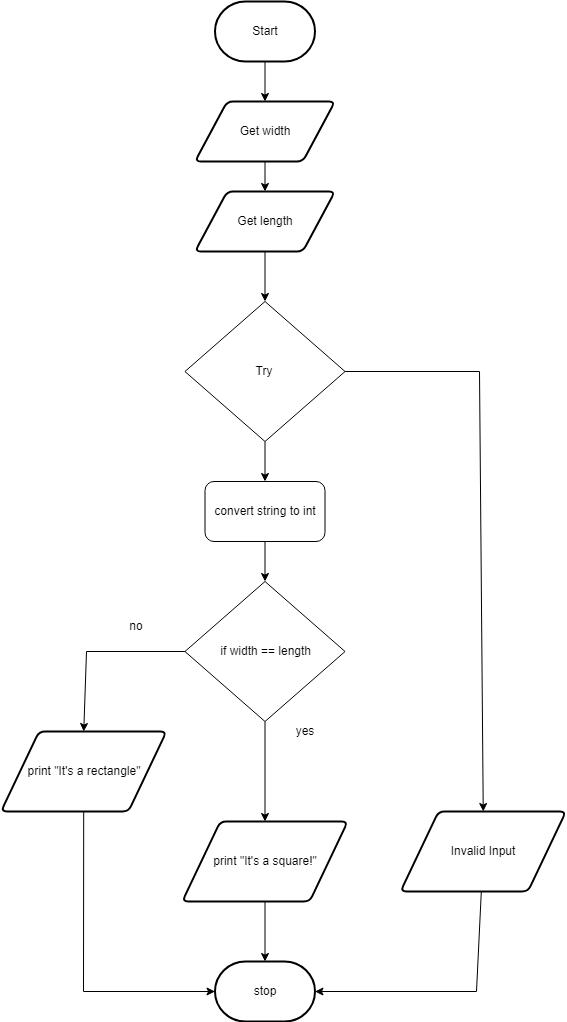
JacksonNaufal/ICS3U-Assignment4-Python keeps this draw.io diagram as Drawio/FlowChart.png. Above is the earlier version. Source tidied: cells renumbered, new cells last; positions are measured from the earlier drawing's top-left corner, leaving out a move shared by most shapes. The source it was exported from:
```xml
<mxGraphModel>
  <root>
    <mxCell id="0" />
    <mxCell id="1" parent="0" />
    <mxCell id="2" style="edgeStyle=none;html=1;" parent="1" edge="1" source="3" target="5">
      <mxGeometry relative="1" as="geometry" />
    </mxCell>
    <mxCell id="3" value="Start" style="strokeWidth=2;html=1;shape=mxgraph.flowchart.terminator;whiteSpace=wrap;" parent="1" vertex="1">
      <mxGeometry x="214.5" width="100" height="60" as="geometry" />
    </mxCell>
    <mxCell id="4" style="edgeStyle=none;html=1;" parent="1" edge="1" source="5" target="10">
      <mxGeometry relative="1" as="geometry" />
    </mxCell>
    <mxCell id="5" value="Get width" style="shape=parallelogram;html=1;strokeWidth=2;perimeter=parallelogramPerimeter;whiteSpace=wrap;rounded=1;arcSize=12;size=0.23;" parent="1" vertex="1">
      <mxGeometry x="194.5" y="100" width="140" height="60" as="geometry" />
    </mxCell>
    <mxCell id="6" style="edgeStyle=none;html=1;entryX=0.5;entryY=0;entryDx=0;entryDy=0;entryPerimeter=0;" parent="1" edge="1" source="7" target="8">
      <mxGeometry relative="1" as="geometry" />
    </mxCell>
    <mxCell id="7" value="print &quot;It's a square!&quot;" style="shape=parallelogram;html=1;strokeWidth=2;perimeter=parallelogramPerimeter;whiteSpace=wrap;rounded=1;arcSize=12;size=0.23;" parent="1" vertex="1">
      <mxGeometry x="181.8" y="820" width="165.5" height="80" as="geometry" />
    </mxCell>
    <mxCell id="8" value="stop" style="strokeWidth=2;html=1;shape=mxgraph.flowchart.terminator;whiteSpace=wrap;rounded=1;" parent="1" vertex="1">
      <mxGeometry x="214.5" y="960" width="100" height="60" as="geometry" />
    </mxCell>
    <mxCell id="9" style="edgeStyle=none;html=1;entryX=0.5;entryY=0;entryDx=0;entryDy=0;" parent="1" edge="1" source="10" target="16">
      <mxGeometry relative="1" as="geometry" />
    </mxCell>
    <mxCell id="10" value="Get length" style="shape=parallelogram;html=1;strokeWidth=2;perimeter=parallelogramPerimeter;whiteSpace=wrap;rounded=1;arcSize=12;size=0.23;" parent="1" vertex="1">
      <mxGeometry x="194.5" y="190" width="140" height="60" as="geometry" />
    </mxCell>
    <mxCell id="11" style="edgeStyle=none;html=1;endArrow=none;" parent="1" edge="1">
      <mxGeometry relative="1" as="geometry">
        <mxPoint x="267.2" y="640" as="sourcePoint" />
        <mxPoint x="267.2" y="640" as="targetPoint" />
      </mxGeometry>
    </mxCell>
    <mxCell id="12" style="edgeStyle=none;rounded=0;html=1;entryX=1;entryY=0.5;entryDx=0;entryDy=0;entryPerimeter=0;" parent="1" edge="1" source="13" target="8">
      <mxGeometry relative="1" as="geometry">
        <Array as="points">
          <mxPoint x="476" y="990" />
        </Array>
      </mxGeometry>
    </mxCell>
    <mxCell id="13" value="Invalid Input" style="shape=parallelogram;html=1;strokeWidth=2;perimeter=parallelogramPerimeter;whiteSpace=wrap;rounded=1;arcSize=12;size=0.23;" parent="1" vertex="1">
      <mxGeometry x="400" y="810" width="165.5" height="80" as="geometry" />
    </mxCell>
    <mxCell id="14" style="edgeStyle=none;html=1;" parent="1" edge="1" source="16" target="18">
      <mxGeometry relative="1" as="geometry" />
    </mxCell>
    <mxCell id="15" style="edgeStyle=none;html=1;entryX=0.5;entryY=0;entryDx=0;entryDy=0;exitX=1;exitY=0.5;exitDx=0;exitDy=0;rounded=0;" parent="1" edge="1" source="16" target="13">
      <mxGeometry relative="1" as="geometry">
        <Array as="points">
          <mxPoint x="479" y="370" />
        </Array>
      </mxGeometry>
    </mxCell>
    <mxCell id="16" value="Try" style="rhombus;whiteSpace=wrap;html=1;" parent="1" vertex="1">
      <mxGeometry x="184.4" y="300" width="160.1" height="140" as="geometry" />
    </mxCell>
    <mxCell id="17" style="edgeStyle=none;html=1;" parent="1" edge="1" source="18" target="21">
      <mxGeometry relative="1" as="geometry" />
    </mxCell>
    <mxCell id="18" value="convert string to int" style="rounded=1;whiteSpace=wrap;html=1;" parent="1" vertex="1">
      <mxGeometry x="204.5" y="480" width="120" height="60" as="geometry" />
    </mxCell>
    <mxCell id="19" style="edgeStyle=none;rounded=0;html=1;entryX=0.5;entryY=0;entryDx=0;entryDy=0;exitX=0;exitY=0.5;exitDx=0;exitDy=0;" parent="1" edge="1" source="21" target="25">
      <mxGeometry relative="1" as="geometry">
        <Array as="points">
          <mxPoint x="86" y="650" />
        </Array>
      </mxGeometry>
    </mxCell>
    <mxCell id="20" style="edgeStyle=none;html=1;" parent="1" edge="1" source="21" target="7">
      <mxGeometry relative="1" as="geometry" />
    </mxCell>
    <mxCell id="21" value="&amp;nbsp;if width == length" style="rhombus;whiteSpace=wrap;html=1;" parent="1" vertex="1">
      <mxGeometry x="184.4" y="580" width="160.1" height="140" as="geometry" />
    </mxCell>
    <mxCell id="22" value="yes" style="text;html=1;strokeColor=none;fillColor=none;align=center;verticalAlign=middle;whiteSpace=wrap;rounded=0;" parent="1" vertex="1">
      <mxGeometry x="274.5" y="715" width="60" height="30" as="geometry" />
    </mxCell>
    <mxCell id="23" value="no" style="text;html=1;strokeColor=none;fillColor=none;align=center;verticalAlign=middle;whiteSpace=wrap;rounded=0;" parent="1" vertex="1">
      <mxGeometry x="106" y="610" width="60" height="30" as="geometry" />
    </mxCell>
    <mxCell id="24" style="edgeStyle=none;html=1;entryX=0;entryY=0.5;entryDx=0;entryDy=0;entryPerimeter=0;rounded=0;" parent="1" edge="1" source="25" target="8">
      <mxGeometry relative="1" as="geometry">
        <Array as="points">
          <mxPoint x="83" y="990" />
        </Array>
      </mxGeometry>
    </mxCell>
    <mxCell id="25" value="print &quot;It's a rectangle&quot;" style="shape=parallelogram;html=1;strokeWidth=2;perimeter=parallelogramPerimeter;whiteSpace=wrap;rounded=1;arcSize=12;size=0.23;" parent="1" vertex="1">
      <mxGeometry x="0.5" y="730" width="165.5" height="80" as="geometry" />
    </mxCell>
  </root>
</mxGraphModel>
```
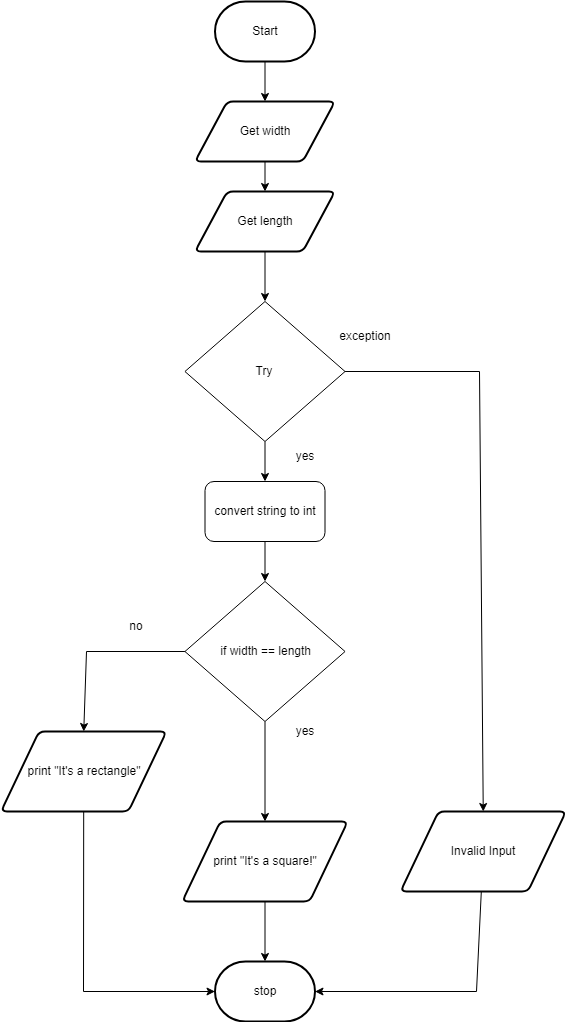
After the change.

Diff of the diagram source:
```diff
@@ -93,5 +93,11 @@
     <mxCell id="25" value="print &quot;It's a rectangle&quot;" style="shape=parallelogram;html=1;strokeWidth=2;perimeter=parallelogramPerimeter;whiteSpace=wrap;rounded=1;arcSize=12;size=0.23;" parent="1" vertex="1">
       <mxGeometry x="0.5" y="730" width="165.5" height="80" as="geometry" />
     </mxCell>
+    <mxCell id="26" value="yes" style="text;html=1;strokeColor=none;fillColor=none;align=center;verticalAlign=middle;whiteSpace=wrap;rounded=0;" parent="1" vertex="1">
+      <mxGeometry x="274.5" y="440" width="60" height="30" as="geometry" />
+    </mxCell>
+    <mxCell id="27" value="exception" style="text;html=1;strokeColor=none;fillColor=none;align=center;verticalAlign=middle;whiteSpace=wrap;rounded=0;" parent="1" vertex="1">
+      <mxGeometry x="334.5" y="320" width="60" height="30" as="geometry" />
+    </mxCell>
   </root>
 </mxGraphModel>
```
